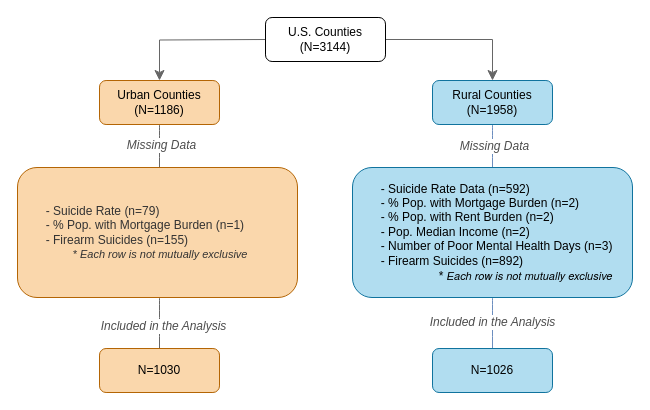
Before: SuicideMissingDAta.drawio in dealchre/gradDrawio, a draw.io diagram. Source tidied: cells renumbered, new cells numbered last; positions are measured from the earlier drawing's top-left corner, leaving out a move shared by most shapes. Both pictures are drawn from the tidied source at 100%, with x=0, y=0 at pixel (17, 17).
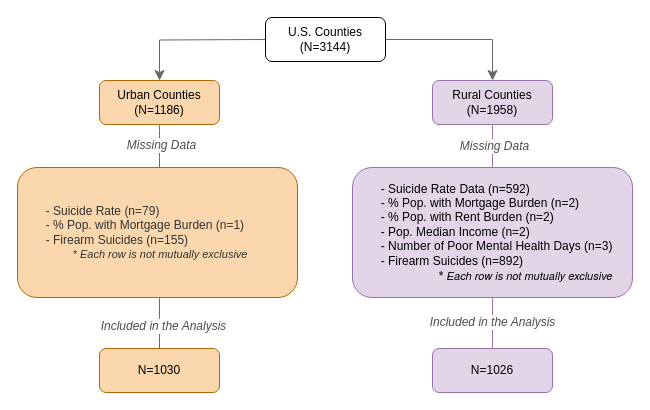
Above is the later version.

What changed in the source:
```diff
@@
-    <mxCell id="12" style="edgeStyle=none;curved=1;rounded=0;jettySize=auto;html=1;exitX=0.5;exitY=1;exitDx=0;exitDy=0;entryX=0.5;entryY=0;entryDx=0;entryDy=0;fontSize=12;startSize=8;endSize=8;endArrow=none;endFill=0;fontColor=#4D4D4D;strokeColor=#6c8ebf;fillColor=#dae8fc;" parent="1" edge="1" source="14" target="17">
+    <mxCell id="12" style="edgeStyle=none;curved=1;rounded=0;jettySize=auto;html=1;exitX=0.5;exitY=1;exitDx=0;exitDy=0;entryX=0.5;entryY=0;entryDx=0;entryDy=0;fontSize=12;startSize=8;endSize=8;endArrow=none;endFill=0;fontColor=#4D4D4D;strokeColor=#9673a6;fillColor=#e1d5e7;" parent="1" edge="1" source="14" target="17">
       <mxGeometry relative="1" as="geometry" />
     </mxCell>
@@
-    <mxCell id="14" value="Rural Counties&lt;div&gt;(N=1958)&lt;/div&gt;" style="rounded=1;whiteSpace=wrap;html=1;fillColor=#b1ddf0;strokeColor=#10739e;" parent="1" vertex="1">
+    <mxCell id="14" value="Rural Counties&lt;div&gt;(N=1958)&lt;/div&gt;" style="rounded=1;whiteSpace=wrap;html=1;fillColor=#e1d5e7;strokeColor=#9673a6;" parent="1" vertex="1">
       <mxGeometry x="415" y="63" width="120" height="44" as="geometry" />
     </mxCell>
-    <mxCell id="15" style="edgeStyle=none;curved=1;rounded=0;jettySize=auto;html=1;exitX=0.5;exitY=1;exitDx=0;exitDy=0;entryX=0.5;entryY=0;entryDx=0;entryDy=0;fontSize=12;startSize=8;endSize=8;endArrow=none;endFill=0;fontColor=#4D4D4D;strokeColor=#6c8ebf;fillColor=#dae8fc;" parent="1" edge="1" source="17" target="18">
+    <mxCell id="15" style="edgeStyle=none;curved=1;rounded=0;jettySize=auto;html=1;exitX=0.5;exitY=1;exitDx=0;exitDy=0;entryX=0.5;entryY=0;entryDx=0;entryDy=0;fontSize=12;startSize=8;endSize=8;endArrow=none;endFill=0;fontColor=#4D4D4D;strokeColor=#9673a6;fillColor=#e1d5e7;" parent="1" edge="1" source="17" target="18">
       <mxGeometry relative="1" as="geometry" />
     </mxCell>
@@
-    <mxCell id="17" value="&lt;span style=&quot;white-space: pre;&quot;&gt;&#9;&lt;/span&gt;- Suicide Rate Data (n=592)&lt;div&gt;&lt;span style=&quot;white-space: pre;&quot;&gt;&#9;&lt;/span&gt;- % Pop. with Mortgage Burden (n=2)&lt;/div&gt;&lt;div&gt;&lt;span style=&quot;white-space: pre;&quot;&gt;&#9;&lt;/span&gt;- % Pop. with Rent Burden (n=2)&lt;/div&gt;&lt;div&gt;&lt;span style=&quot;white-space: pre;&quot;&gt;&#9;&lt;/span&gt;- Pop. Median Income (n=2)&lt;span style=&quot;background-color: transparent; color: light-dark(rgb(0, 0, 0), rgb(255, 255, 255));&quot;&gt;&amp;nbsp;&lt;/span&gt;&lt;/div&gt;&lt;div&gt;&lt;span style=&quot;white-space: pre;&quot;&gt;&#9;&lt;/span&gt;- Number of Poor Mental Health Days (n=3)&lt;/div&gt;&lt;div&gt;&lt;span style=&quot;white-space: pre;&quot;&gt;&#9;&lt;/span&gt;- Firearm Suicides (n=892)&lt;/div&gt;&lt;div style=&quot;text-align: right;&quot;&gt;*&lt;i&gt; &lt;font style=&quot;font-size: 11px;&quot;&gt;E&lt;/font&gt;&lt;span style=&quot;font-family: &amp;quot;Helvetica Neue&amp;quot;; background-color: transparent;&quot;&gt;&lt;font style=&quot;font-size: 11px;&quot;&gt;ach row is not mutually exclusive&lt;/font&gt;&lt;/span&gt;&lt;/i&gt;&lt;/div&gt;" style="rounded=1;whiteSpace=wrap;html=1;align=left;fillColor=#b1ddf0;strokeColor=#10739e;" parent="1" vertex="1">
+    <mxCell id="17" value="&lt;span style=&quot;white-space: pre;&quot;&gt;&#9;&lt;/span&gt;- Suicide Rate Data (n=592)&lt;div&gt;&lt;span style=&quot;white-space: pre;&quot;&gt;&#9;&lt;/span&gt;- % Pop. with Mortgage Burden (n=2)&lt;/div&gt;&lt;div&gt;&lt;span style=&quot;white-space: pre;&quot;&gt;&#9;&lt;/span&gt;- % Pop. with Rent Burden (n=2)&lt;/div&gt;&lt;div&gt;&lt;span style=&quot;white-space: pre;&quot;&gt;&#9;&lt;/span&gt;- Pop. Median Income (n=2)&lt;span style=&quot;background-color: transparent; color: light-dark(rgb(0, 0, 0), rgb(255, 255, 255));&quot;&gt;&amp;nbsp;&lt;/span&gt;&lt;/div&gt;&lt;div&gt;&lt;span style=&quot;white-space: pre;&quot;&gt;&#9;&lt;/span&gt;- Number of Poor Mental Health Days (n=3)&lt;/div&gt;&lt;div&gt;&lt;span style=&quot;white-space: pre;&quot;&gt;&#9;&lt;/span&gt;- Firearm Suicides (n=892)&lt;/div&gt;&lt;div style=&quot;text-align: right;&quot;&gt;*&lt;i&gt; &lt;font style=&quot;font-size: 11px;&quot;&gt;E&lt;/font&gt;&lt;span style=&quot;font-family: &amp;quot;Helvetica Neue&amp;quot;; background-color: transparent;&quot;&gt;&lt;font style=&quot;font-size: 11px;&quot;&gt;ach row is not mutually exclusive&lt;/font&gt;&lt;/span&gt;&lt;/i&gt;&lt;/div&gt;" style="rounded=1;whiteSpace=wrap;html=1;align=left;fillColor=#e1d5e7;strokeColor=#9673a6;" parent="1" vertex="1">
       <mxGeometry x="335" y="150" width="280" height="130" as="geometry" />
     </mxCell>
-    <mxCell id="18" value="&lt;div&gt;N=1026&lt;/div&gt;" style="rounded=1;whiteSpace=wrap;html=1;fillColor=#b1ddf0;strokeColor=#10739e;" parent="1" vertex="1">
+    <mxCell id="18" value="&lt;div&gt;N=1026&lt;/div&gt;" style="rounded=1;whiteSpace=wrap;html=1;fillColor=#e1d5e7;strokeColor=#9673a6;" parent="1" vertex="1">
       <mxGeometry x="415" y="331" width="120" height="44" as="geometry" />
     </mxCell>
```
